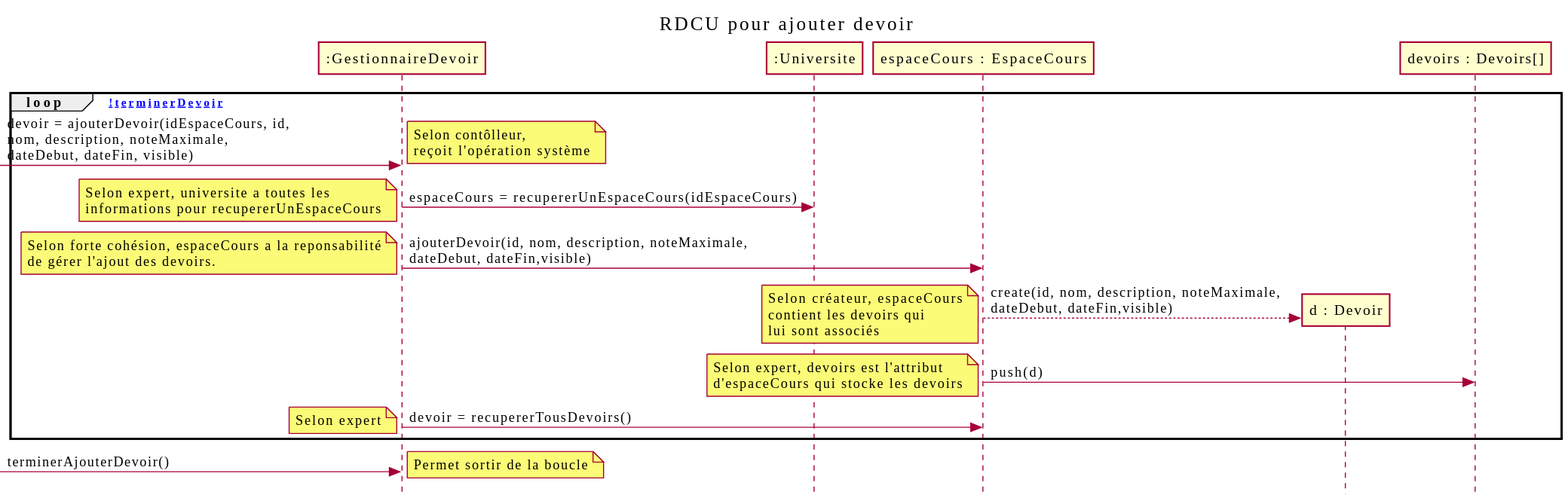
Earlier version of the PlantUML export out/docs/Ajouter devoir/RDCU_Ajouter_Devoir/ajouterDevoir.svg (nerdz88/SGA-TS). Source of this version:
```plantuml
@startuml
skinparam style strictuml
skinparam defaultfontname Verdana
title RDCU pour ajouter devoir
participant ":GestionnaireDevoir" as gestionnaireDevoir
participant ":Universite" as universite
participant "espaceCours : EspaceCours" as cours
participant "d : Devoir" as devoir
participant "devoirs : Devoirs[]" as devoirs

loop [!terminerDevoir]
  ->gestionnaireDevoir : devoir = ajouterDevoir(idEspaceCours, id, \nnom, description, noteMaximale,\ndateDebut, dateFin, visible)
  note left : Selon contôlleur,\nreçoit l'opération système
  gestionnaireDevoir -> universite : espaceCours = recupererUnEspaceCours(idEspaceCours)
  note left : Selon expert, universite a toutes les\ninformations pour recupererUnEspaceCours
  gestionnaireDevoir -> cours : ajouterDevoir(id, nom, description, noteMaximale, \ndateDebut, dateFin,visible)
  note left : Selon forte cohésion, espaceCours a la reponsabilité\nde gérer l'ajout des devoirs.
  cours-->devoir** : create(id, nom, description, noteMaximale, \ndateDebut, dateFin,visible)
  note left : Selon créateur, espaceCours\ncontient les devoirs qui\nlui sont associés
  cours->devoirs : push(d)
  note left : Selon expert, devoirs est l'attribut\nd'espaceCours qui stocke les devoirs
  gestionnaireDevoir -> cours : devoir = recupererTousDevoirs()
  note left : Selon expert
end
-> gestionnaireDevoir : terminerAjouterDevoir()
note left : Permet sortir de la boucle
@enduml
```
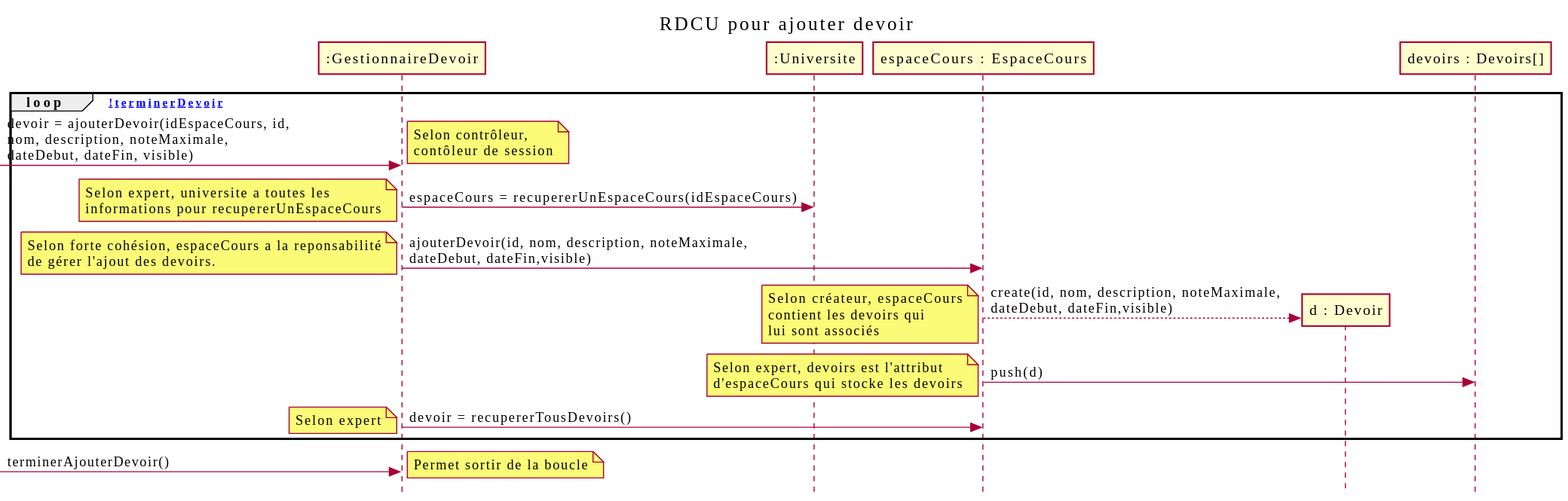
Above is the later version.

Diff of the diagram source:
```diff
@@ -10,7 +10,7 @@
 
 loop [!terminerDevoir]
   ->gestionnaireDevoir : devoir = ajouterDevoir(idEspaceCours, id, \nnom, description, noteMaximale,\ndateDebut, dateFin, visible)
-  note left : Selon contôlleur,\nreçoit l'opération système
+  note left : Selon contrôleur,\ncontôleur de session
   gestionnaireDevoir -> universite : espaceCours = recupererUnEspaceCours(idEspaceCours)
   note left : Selon expert, universite a toutes les\ninformations pour recupererUnEspaceCours
   gestionnaireDevoir -> cours : ajouterDevoir(id, nom, description, noteMaximale, \ndateDebut, dateFin,visible)
```
